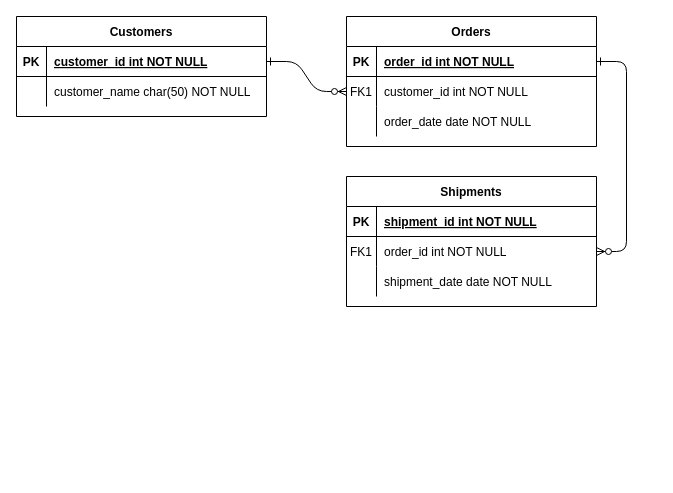
This is docs/Untitled Diagram.drawio from janek206/data.world-r, a draw.io file, before an edit. Source tidied: cells renumbered, new cells numbered last; positions are measured from the earlier drawing's top-left corner, leaving out a move shared by most shapes. Both pictures are drawn from the tidied source at 100%, with x=0, y=0 at pixel (16, 16).
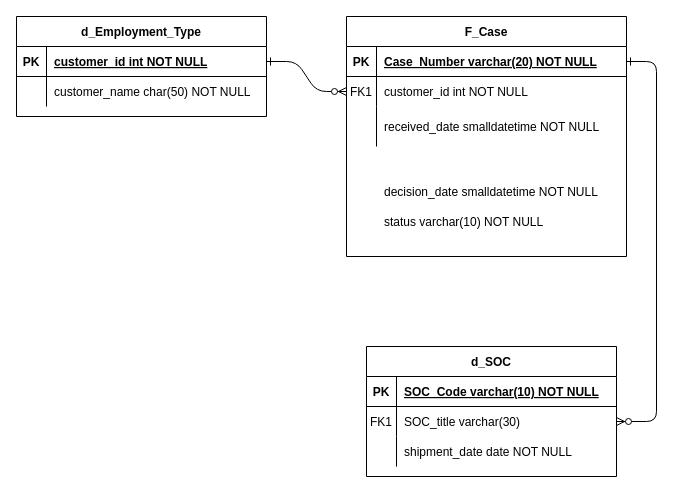
The same page after the edit.

The change refers to these unchanged cells:
```xml
<mxCell id="15" style="shape=partialRectangle;fillColor=none;top=0;left=0;right=0;bottom=1;" parent="14" vertex="1">
  <mxGeometry y="30" width="250" height="30" as="geometry" />
</mxCell>
<mxCell id="18" style="shape=partialRectangle;fillColor=none;points=[[0,0.5],[1,0.5]];portConstraint=eastwest;top=0;left=0;right=0;bottom=0;" parent="14" vertex="1">
  <mxGeometry y="60" width="250" height="30" as="geometry" />
</mxCell>
```

Diff of the diagram source:
```diff
@@
-    <mxCell id="4" value="Orders" style="shape=table;startSize=30;childLayout=tableLayout;rowLines=0;fontStyle=1;align=center;" parent="1" vertex="1">
-      <mxGeometry x="330" width="250" height="130" as="geometry" />
+    <mxCell id="4" value="F_Case" style="shape=table;startSize=30;childLayout=tableLayout;rowLines=0;fontStyle=1;align=center;" parent="1" vertex="1">
+      <mxGeometry x="330" width="280" height="240" as="geometry" />
     </mxCell>
     <mxCell id="5" style="shape=partialRectangle;fillColor=none;points=[[0,0.5],[1,0.5]];portConstraint=eastwest;top=0;left=0;right=0;bottom=1;" parent="4" vertex="1">
-      <mxGeometry y="30" width="250" height="30" as="geometry" />
+      <mxGeometry y="30" width="280" height="30" as="geometry" />
     </mxCell>
@@
-    <mxCell id="7" value="order_id int NOT NULL " style="shape=partialRectangle;overflow=hidden;fillColor=none;top=0;left=0;bottom=0;right=0;align=left;spacingLeft=6;fontStyle=5;" parent="5" vertex="1">
-      <mxGeometry x="30" width="220" height="30" as="geometry" />
+    <mxCell id="7" value="Case_Number varchar(20) NOT NULL " style="shape=partialRectangle;overflow=hidden;fillColor=none;top=0;left=0;bottom=0;right=0;align=left;spacingLeft=6;fontStyle=5;" parent="5" vertex="1">
+      <mxGeometry x="30" width="250" height="30" as="geometry" />
     </mxCell>
     <mxCell id="8" style="shape=partialRectangle;fillColor=none;points=[[0,0.5],[1,0.5]];portConstraint=eastwest;top=0;left=0;right=0;bottom=0;" parent="4" vertex="1">
-      <mxGeometry y="60" width="250" height="30" as="geometry" />
+      <mxGeometry y="60" width="280" height="30" as="geometry" />
     </mxCell>
@@
     <mxCell id="10" value="customer_id int NOT NULL" style="shape=partialRectangle;overflow=hidden;fillColor=none;top=0;left=0;bottom=0;right=0;align=left;spacingLeft=6;" parent="8" vertex="1">
-      <mxGeometry x="30" width="220" height="30" as="geometry" />
+      <mxGeometry x="30" width="250" height="30" as="geometry" />
     </mxCell>
     <mxCell id="11" style="shape=partialRectangle;fillColor=none;top=0;left=0;right=0;bottom=0;" parent="4" vertex="1">
-      <mxGeometry y="90" width="250" height="30" as="geometry" />
+      <mxGeometry y="90" width="280" height="40" as="geometry" />
     </mxCell>
     <mxCell id="12" style="shape=partialRectangle;overflow=hidden;fillColor=none;top=0;left=0;bottom=0;right=0;" parent="11" vertex="1">
-      <mxGeometry width="30" height="30" as="geometry" />
+      <mxGeometry width="30" height="40" as="geometry" />
     </mxCell>
-    <mxCell id="13" value="order_date date NOT NULL" style="shape=partialRectangle;overflow=hidden;fillColor=none;top=0;left=0;bottom=0;right=0;align=left;spacingLeft=6;" parent="11" vertex="1">
-      <mxGeometry x="30" width="220" height="30" as="geometry" />
+    <mxCell id="13" value="received_date smalldatetime NOT NULL" style="shape=partialRectangle;overflow=hidden;fillColor=none;top=0;left=0;bottom=0;right=0;align=left;spacingLeft=6;" parent="11" vertex="1">
+      <mxGeometry x="30" width="250" height="40" as="geometry" />
     </mxCell>
-    <mxCell id="14" value="Shipments" style="shape=table;startSize=30;childLayout=tableLayout;rowLines=0;fontStyle=1;align=center;" parent="1" vertex="1">
-      <mxGeometry x="330" y="160" width="250" height="130" as="geometry" />
+    <mxCell id="14" value="d_SOC" style="shape=table;startSize=30;childLayout=tableLayout;rowLines=0;fontStyle=1;align=center;" parent="1" vertex="1">
+      <mxGeometry x="350" y="330" width="250" height="130" as="geometry" />
     </mxCell>
@@
-    <mxCell id="17" value="shipment_id int NOT NULL " style="shape=partialRectangle;overflow=hidden;fillColor=none;top=0;left=0;bottom=0;right=0;align=left;spacingLeft=6;fontStyle=5;" parent="15" vertex="1">
+    <mxCell id="17" value="SOC_Code varchar(10) NOT NULL" style="shape=partialRectangle;overflow=hidden;fillColor=none;top=0;left=0;bottom=0;right=0;align=left;spacingLeft=6;fontStyle=5;" parent="15" vertex="1">
       <mxGeometry x="30" width="220" height="30" as="geometry" />
     </mxCell>
@@
-    <mxCell id="20" value="order_id int NOT NULL" style="shape=partialRectangle;overflow=hidden;fillColor=none;top=0;left=0;bottom=0;right=0;align=left;spacingLeft=6;" parent="18" vertex="1">
+    <mxCell id="20" value="SOC_title varchar(30)" style="shape=partialRectangle;overflow=hidden;fillColor=none;top=0;left=0;bottom=0;right=0;align=left;spacingLeft=6;" parent="18" vertex="1">
       <mxGeometry x="30" width="220" height="30" as="geometry" />
     </mxCell>
@@
-    <mxCell id="24" value="Customers" style="shape=table;startSize=30;childLayout=tableLayout;rowLines=0;fontStyle=1;align=center;" parent="1" vertex="1">
+    <mxCell id="24" value="d_Employment_Type" style="shape=table;startSize=30;childLayout=tableLayout;rowLines=0;fontStyle=1;align=center;" parent="1" vertex="1">
       <mxGeometry width="250" height="100" as="geometry" />
     </mxCell>
@@
+    <mxCell id="31" value="decision_date smalldatetime NOT NULL" style="shape=partialRectangle;overflow=hidden;fillColor=none;top=0;left=0;bottom=0;right=0;align=left;spacingLeft=6;" parent="1" vertex="1">
+      <mxGeometry x="360" y="160" width="230" height="30" as="geometry" />
+    </mxCell>
+    <mxCell id="32" value="status varchar(10) NOT NULL" style="shape=partialRectangle;overflow=hidden;fillColor=none;top=0;left=0;bottom=0;right=0;align=left;spacingLeft=6;" parent="1" vertex="1">
+      <mxGeometry x="360" y="190" width="220" height="30" as="geometry" />
+    </mxCell>
```
